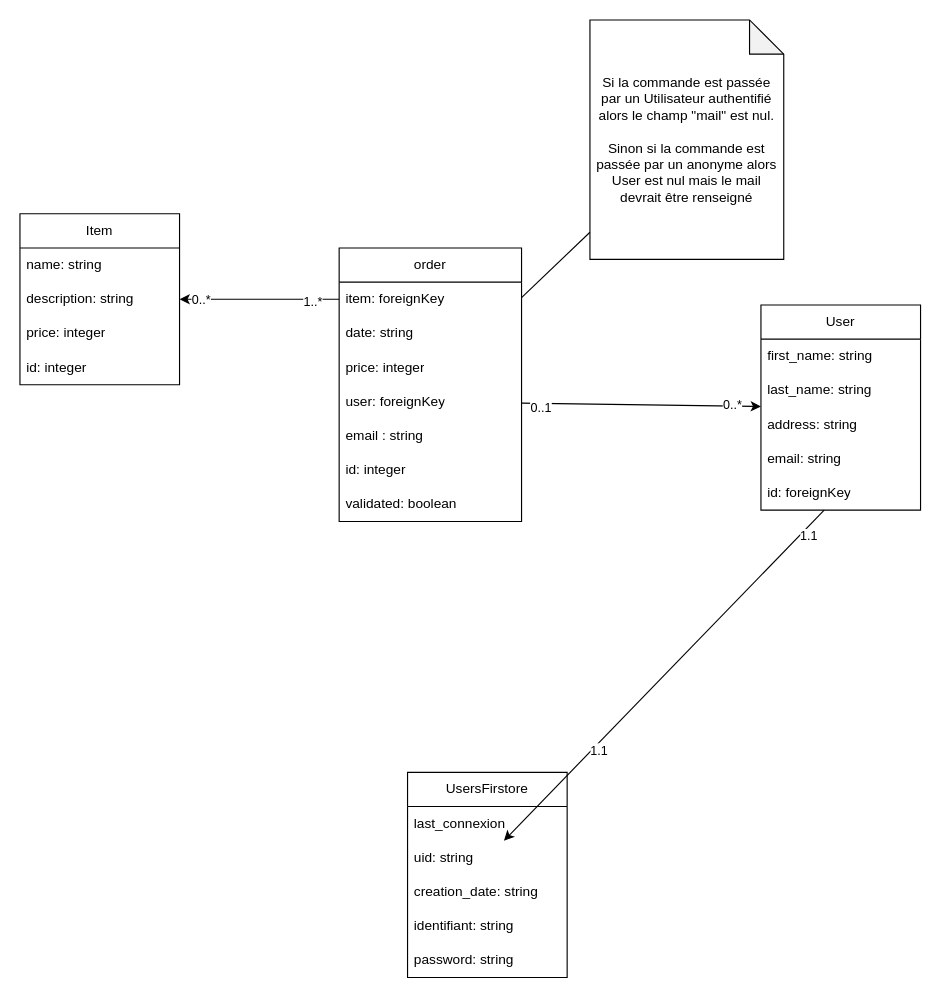
The draw.io diagram mdd.drawio in LouisMaupas/ecom, before the edit. Source tidied: cells renumbered, new cells numbered last; positions are measured from the earlier drawing's top-left corner, leaving out a move shared by most shapes. Both pictures are drawn from the tidied source at 114%, with x=0, y=0 at pixel (19, 19).
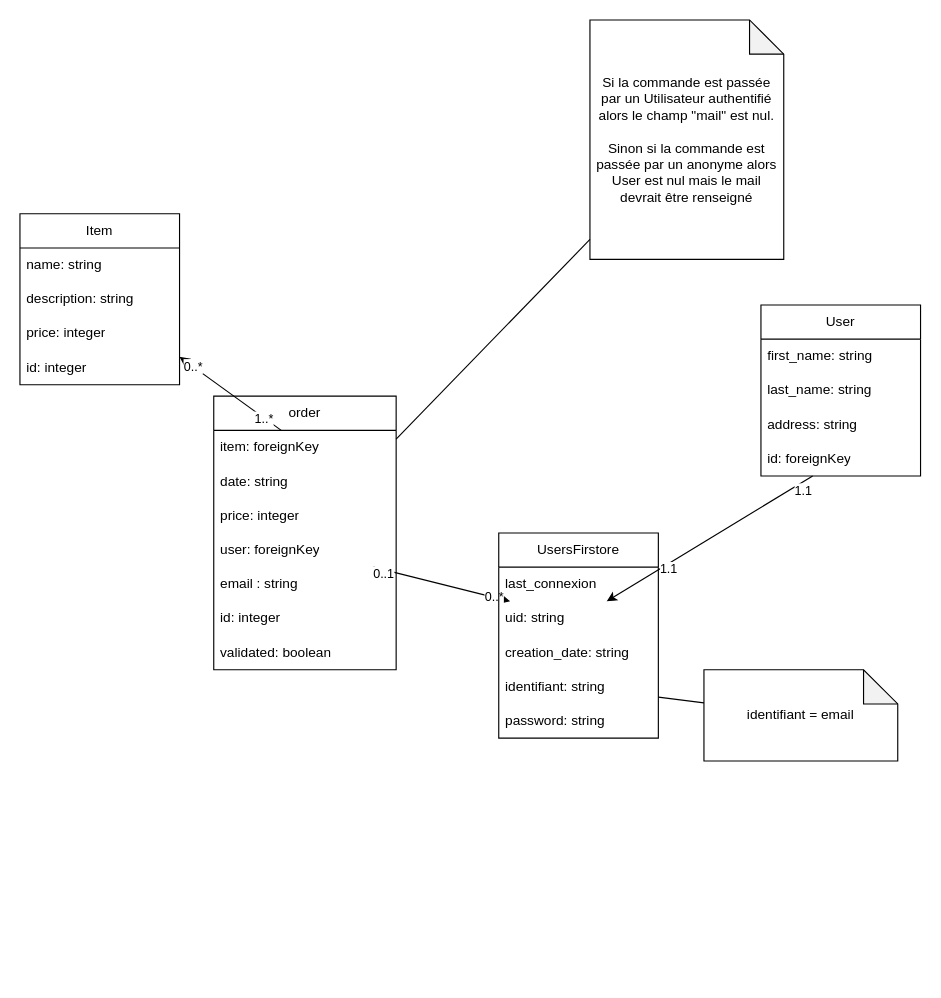
The same page after the edit.

The change refers to these unchanged cells:
```xml
<mxCell id="17" value="user: foreignKey" style="text;strokeColor=none;fillColor=none;align=left;verticalAlign=middle;spacingLeft=4;spacingRight=4;overflow=hidden;points=[[0,0.5],[1,0.5]];portConstraint=eastwest;whiteSpace=wrap;html=1;" parent="13" vertex="1">
  <mxGeometry y="120" width="160" height="30" as="geometry" />
</mxCell>
<mxCell id="31" value="uid: string" style="text;strokeColor=none;fillColor=none;align=left;verticalAlign=middle;spacingLeft=4;spacingRight=4;overflow=hidden;points=[[0,0.5],[1,0.5]];portConstraint=eastwest;whiteSpace=wrap;html=1;" parent="29" vertex="1">
  <mxGeometry y="60" width="140" height="30" as="geometry" />
</mxCell>
<mxCell id="33" value="identifiant: string" style="text;strokeColor=none;fillColor=none;align=left;verticalAlign=middle;spacingLeft=4;spacingRight=4;overflow=hidden;points=[[0,0.5],[1,0.5]];portConstraint=eastwest;whiteSpace=wrap;html=1;" parent="29" vertex="1">
  <mxGeometry y="120" width="140" height="30" as="geometry" />
</mxCell>
```

Diff of the diagram source:
```diff
@@
     <mxCell id="7" value="User" style="swimlane;fontStyle=0;horizontal=1;startSize=30;whiteSpace=wrap;html=1;" parent="1" vertex="1">
-      <mxGeometry x="650" y="250" width="140" height="180" as="geometry" />
+      <mxGeometry x="650" y="250" width="140" height="150" as="geometry" />
     </mxCell>
@@
-    <mxCell id="11" value="email: string" style="text;strokeColor=none;fillColor=none;align=left;verticalAlign=middle;spacingLeft=4;spacingRight=4;overflow=hidden;whiteSpace=wrap;html=1;" parent="7" vertex="1">
-      <mxGeometry y="120" width="140" height="30" as="geometry" />
-    </mxCell>
     <mxCell id="12" value="id: foreignKey" style="text;strokeColor=none;fillColor=none;align=left;verticalAlign=middle;spacingLeft=4;spacingRight=4;overflow=hidden;points=[[0,0.5],[1,0.5]];portConstraint=eastwest;whiteSpace=wrap;html=1;" parent="7" vertex="1">
-      <mxGeometry y="150" width="140" height="30" as="geometry" />
+      <mxGeometry y="120" width="140" height="30" as="geometry" />
     </mxCell>
     <mxCell id="13" value="order" style="swimlane;fontStyle=0;horizontal=1;startSize=30;whiteSpace=wrap;html=1;" parent="1" vertex="1">
-      <mxGeometry x="280" y="200" width="160" height="240" as="geometry" />
+      <mxGeometry x="170" y="330" width="160" height="240" as="geometry" />
     </mxCell>
@@
-    <mxCell id="23" style="endArrow=classic;html=1;rounded=0;" parent="1" edge="1" source="17" target="7">
+    <mxCell id="23" style="endArrow=classic;html=1;rounded=0;" parent="1" edge="1" source="17" target="31">
       <mxGeometry relative="1" as="geometry" />
     </mxCell>
@@
     <mxCell id="29" value="UsersFirstore" style="swimlane;fontStyle=0;horizontal=1;startSize=30;whiteSpace=wrap;html=1;" parent="1" vertex="1">
-      <mxGeometry x="340" y="660" width="140" height="180" as="geometry" />
+      <mxGeometry x="420" y="450" width="140" height="180" as="geometry" />
     </mxCell>
@@
+    <mxCell id="38" value="identifiant = email" style="shape=note;whiteSpace=wrap;html=1;backgroundOutline=1;darkOpacity=0.05;" parent="1" vertex="1">
+      <mxGeometry x="600" y="570" width="170" height="80" as="geometry" />
+    </mxCell>
+    <mxCell id="39" style="endArrow=none;html=1;rounded=0;" parent="1" edge="1" source="38" target="33">
+      <mxGeometry relative="1" as="geometry" />
+    </mxCell>
```
